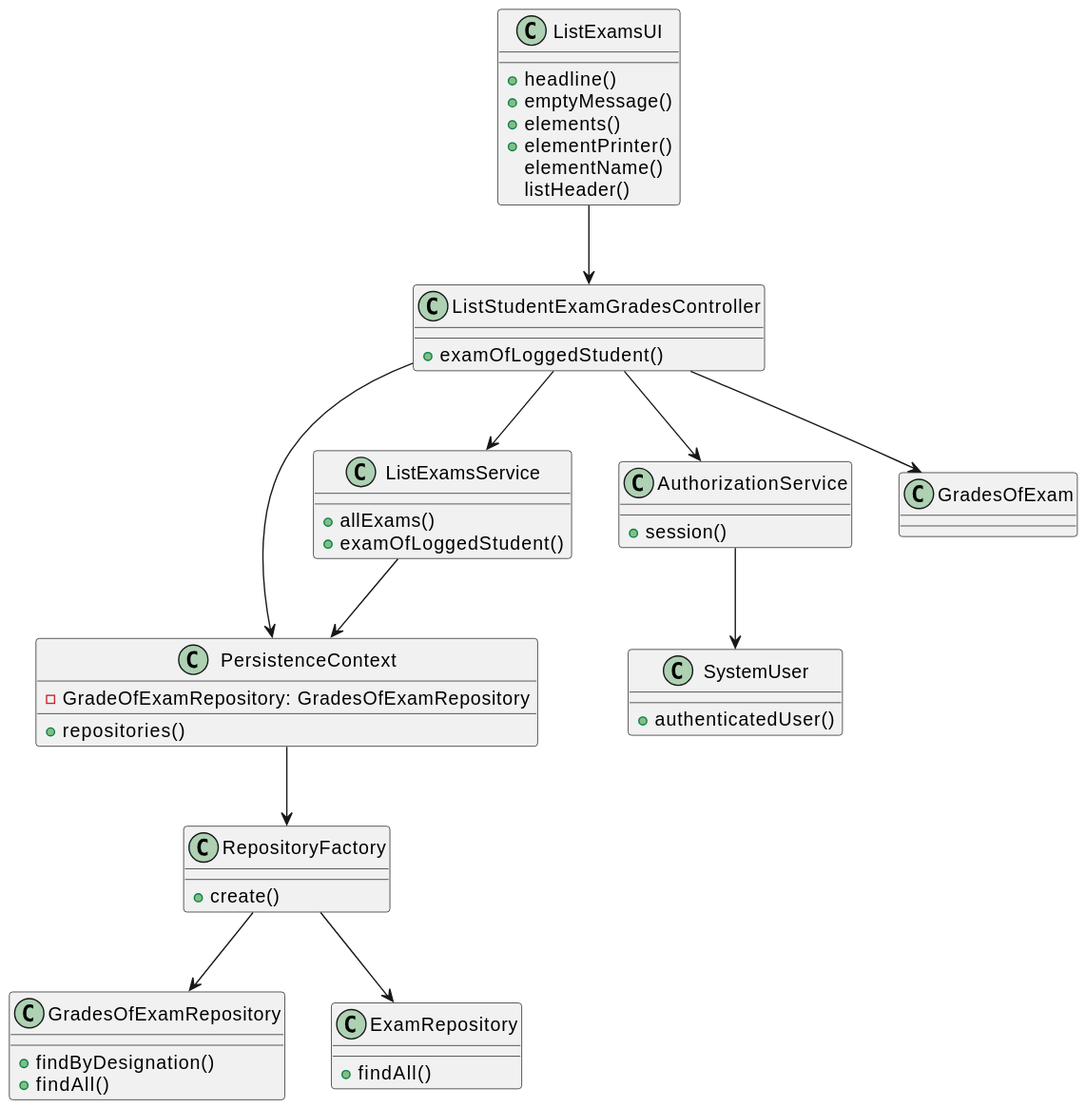
Earlier version of the PlantUML export docs/SPRINT C/US2005 - Student List of Grades/US2005-CD.svg (mascenso/isep-sem4-lapr4). Its diagram source:
```plantuml
@startuml
class ListExamsUI {
    +headline()
    +emptyMessage()
    +elements()
    +elementPrinter()
    elementName()
    listHeader()
}

class ListStudentExamGradesController {
    +examOfLoggedStudent()
}

class GradesOfExamRepository {
    +findByDesignation()
    +findAll()
}

class PersistenceContext {
    -GradeOfExamRepository: GradesOfExamRepository
    +repositories()
}

class AuthorizationService {
    +session()
}

class SystemUser {
    +authenticatedUser()
}

class ListExamsService {
    +allExams()
    +examOfLoggedStudent()
}

class RepositoryFactory {
    +create()
}

class GradesOfExam {
}

class ExamRepository {
    +findAll()
}

ListExamsUI --> ListStudentExamGradesController
ListStudentExamGradesController --> PersistenceContext
ListStudentExamGradesController --> ListExamsService
ListStudentExamGradesController --> AuthorizationService
ListStudentExamGradesController --> GradesOfExam
AuthorizationService --> SystemUser
PersistenceContext --> RepositoryFactory
RepositoryFactory --> GradesOfExamRepository
RepositoryFactory --> ExamRepository
ListExamsService --> PersistenceContext
@enduml
```
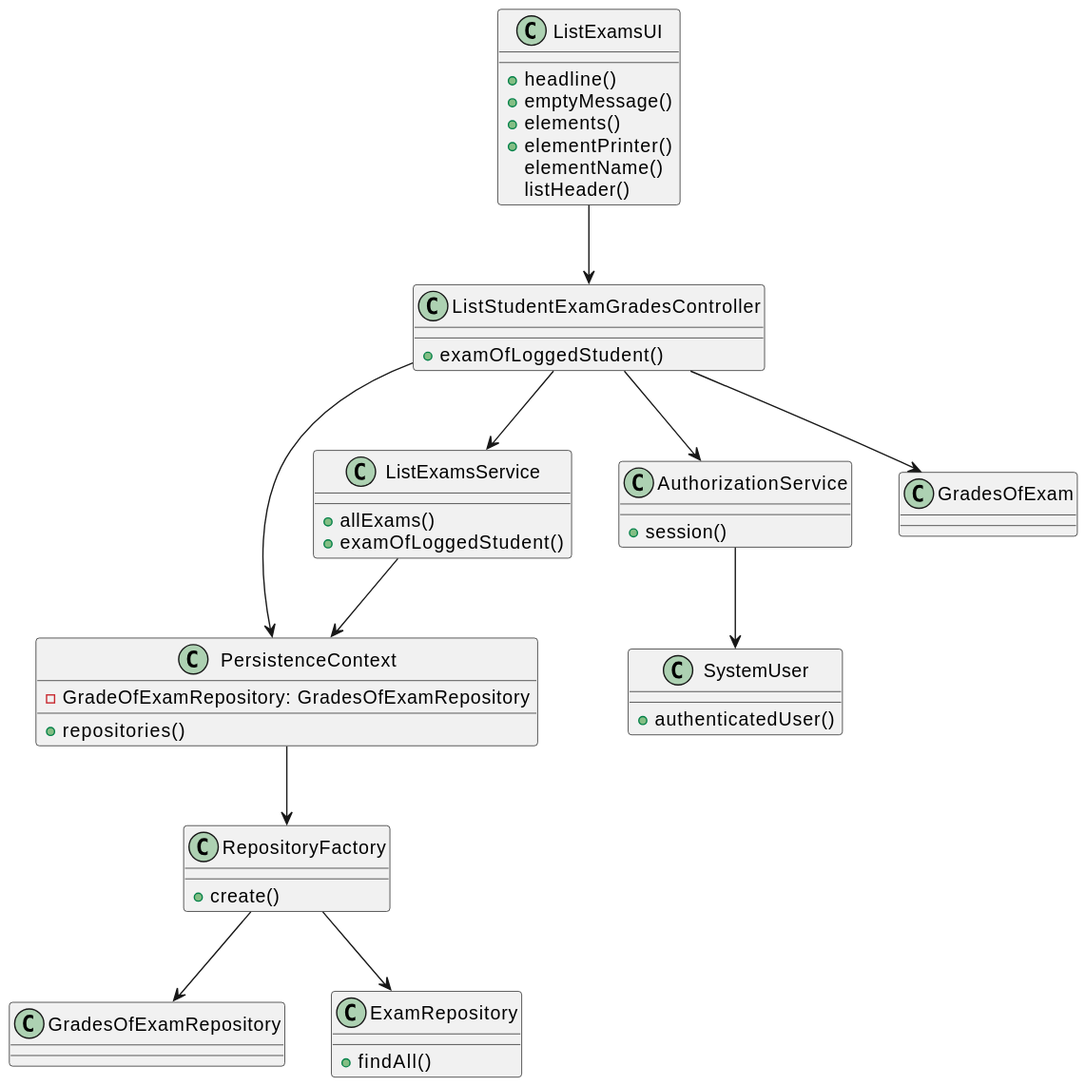
The same file after the commit.

Change to the diagram source:
```diff
@@ -13,8 +13,6 @@
 }
 
 class GradesOfExamRepository {
-    +findByDesignation()
-    +findAll()
 }
 
 class PersistenceContext {
```
